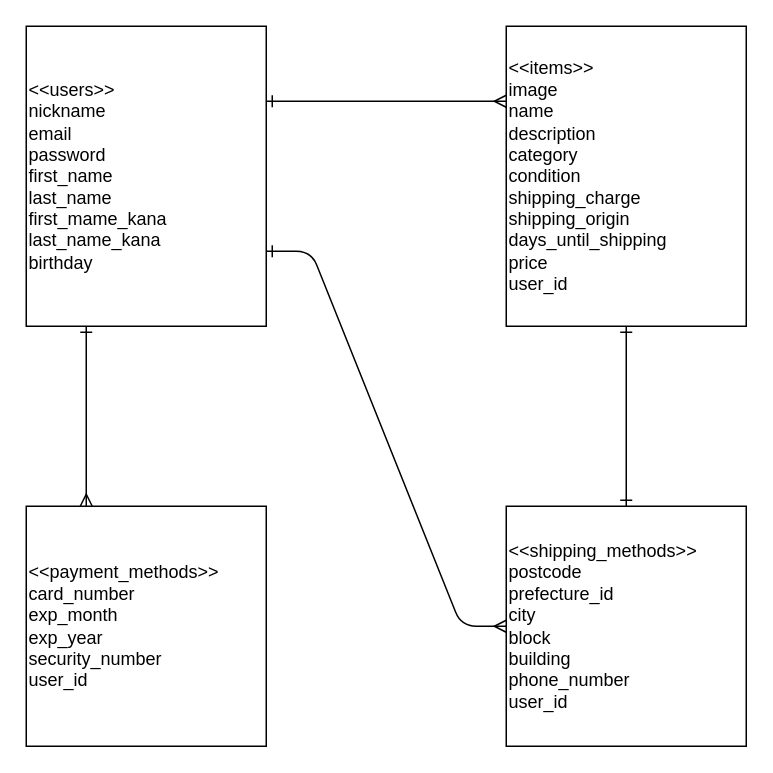
This is drawio/furima.drawio from yutaiko/furima_28263, a draw.io file, before an edit. Source tidied: cells renumbered, new cells numbered last; positions are measured from the earlier drawing's top-left corner, leaving out a move shared by most shapes. Both pictures are drawn from the tidied source at 150%, with x=0, y=0 at pixel (26, 26).
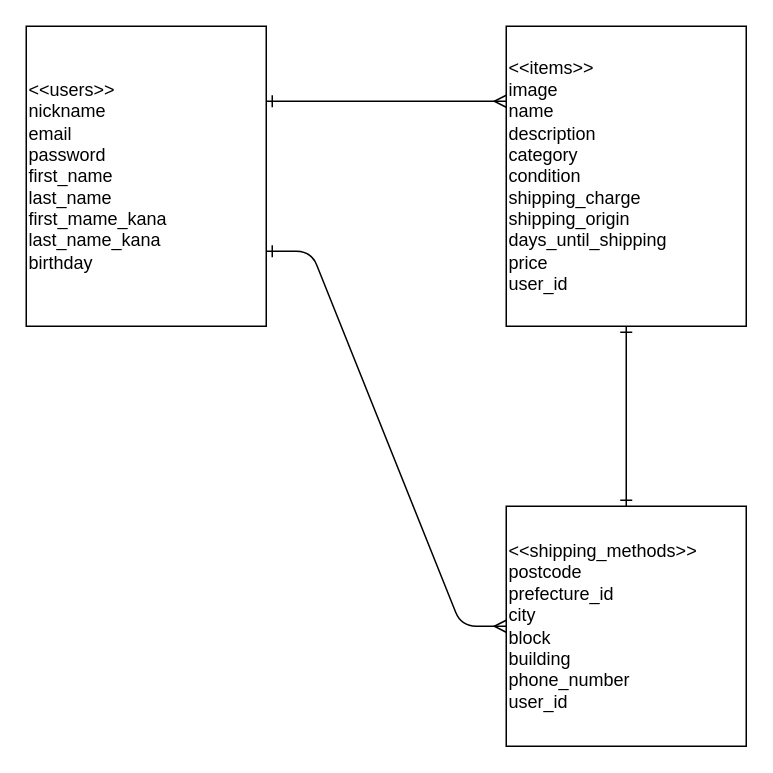
The same diagram, later.

Diff of the diagram source:
```diff
@@
 <mxGraphModel>
   <root>
     <mxCell id="0" />
     <mxCell id="1" parent="0" />
     <mxCell id="2" value="&amp;lt;&amp;lt;users&amp;gt;&amp;gt;&lt;br&gt;nickname&lt;br&gt;email&lt;br&gt;password&lt;br&gt;first_name&lt;br&gt;last_name&lt;br&gt;first_mame_kana&lt;br&gt;last_name_kana&lt;br&gt;birthday" style="rounded=0;whiteSpace=wrap;html=1;align=left;" parent="1" vertex="1">
       <mxGeometry width="160" height="200" as="geometry" />
     </mxCell>
     <mxCell id="3" style="edgeStyle=none;rounded=0;jettySize=auto;html=1;exitX=0.5;exitY=1;exitDx=0;exitDy=0;startArrow=ERoneToMany;startFill=0;endArrow=ERone;endFill=0;strokeWidth=1;" parent="1" edge="1" source="4">
       <mxGeometry relative="1" as="geometry">
         <mxPoint x="400" y="200" as="targetPoint" />
       </mxGeometry>
     </mxCell>
     <mxCell id="4" value="&amp;lt;&amp;lt;items&amp;gt;&amp;gt;&lt;br&gt;image&lt;br&gt;name&lt;br&gt;description&lt;br&gt;category&lt;br&gt;condition&lt;br&gt;shipping_charge&lt;br&gt;shipping_origin&lt;br&gt;days_until_shipping&lt;br&gt;price&lt;br&gt;user_id" style="rounded=0;whiteSpace=wrap;html=1;align=left;" parent="1" vertex="1">
       <mxGeometry x="320" width="160" height="200" as="geometry" />
     </mxCell>
     <mxCell id="5" value="&amp;lt;&amp;lt;shipping_methods&amp;gt;&amp;gt;&lt;br&gt;postcode&lt;br&gt;prefecture_id&lt;br&gt;&lt;div&gt;&lt;span&gt;city&lt;/span&gt;&lt;/div&gt;&lt;div&gt;&lt;span&gt;block&lt;/span&gt;&lt;/div&gt;building&lt;br&gt;phone_number&lt;br&gt;user_id" style="rounded=0;whiteSpace=wrap;html=1;align=left;" parent="1" vertex="1">
       <mxGeometry x="320" y="320" width="160" height="160" as="geometry" />
     </mxCell>
-    <mxCell id="6" value="&amp;lt;&amp;lt;payment_methods&amp;gt;&amp;gt;&lt;br&gt;card_number&lt;br&gt;exp_month&lt;br&gt;exp_year&lt;br&gt;security_number&lt;br&gt;user_id" style="rounded=0;whiteSpace=wrap;html=1;align=left;" parent="1" vertex="1">
-      <mxGeometry y="320" width="160" height="160" as="geometry" />
-    </mxCell>
     <mxCell id="7" style="fontSize=12;html=1;endArrow=ERone;startArrow=ERone;strokeWidth=1;exitX=0.5;exitY=1;exitDx=0;exitDy=0;endFill=0;startFill=0;" parent="1" edge="1" source="4" target="5">
       <mxGeometry relative="1" as="geometry" />
     </mxCell>
-    <mxCell id="8" style="fontSize=12;html=1;endArrow=ERone;startArrow=ERmany;strokeWidth=1;entryX=0.25;entryY=1;entryDx=0;entryDy=0;endFill=0;startFill=0;exitX=0.25;exitY=0;exitDx=0;exitDy=0;" parent="1" edge="1" source="6" target="2">
-      <mxGeometry relative="1" as="geometry" />
-    </mxCell>
     <mxCell id="9" style="edgeStyle=entityRelationEdgeStyle;fontSize=12;html=1;endArrow=ERmany;strokeWidth=1;exitX=1;exitY=0.75;exitDx=0;exitDy=0;entryX=0;entryY=0.5;entryDx=0;entryDy=0;startArrow=ERone;startFill=0;endFill=0;" parent="1" edge="1" source="2" target="5">
       <mxGeometry relative="1" as="geometry" />
     </mxCell>
     <mxCell id="10" style="fontSize=12;html=1;endArrow=ERmany;strokeWidth=1;entryX=0;entryY=0.25;entryDx=0;entryDy=0;exitX=1;exitY=0.25;exitDx=0;exitDy=0;startArrow=ERone;startFill=0;endFill=0;" parent="1" edge="1" source="2" target="4">
       <mxGeometry relative="1" as="geometry" />
     </mxCell>
   </root>
 </mxGraphModel>
```
